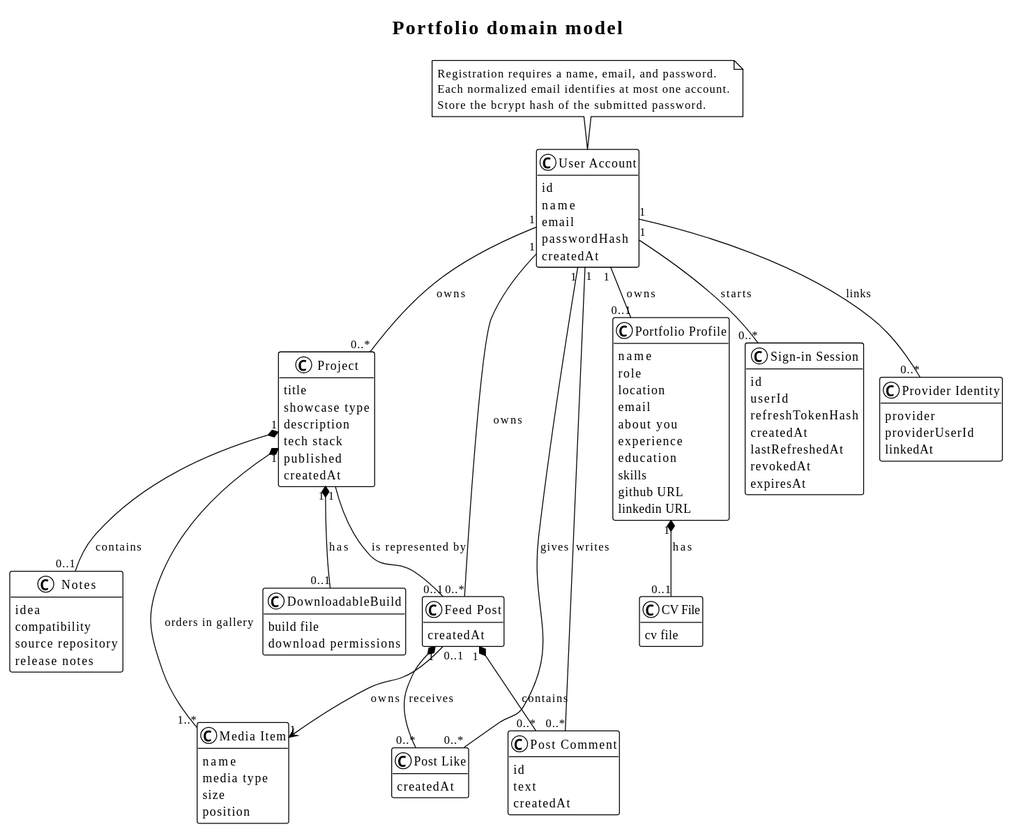
MiguelRibeiro1210/Portfolio_Website keeps this PlantUML diagram as docs/global_artifacts/domain_model.svg. Above is the earlier version.
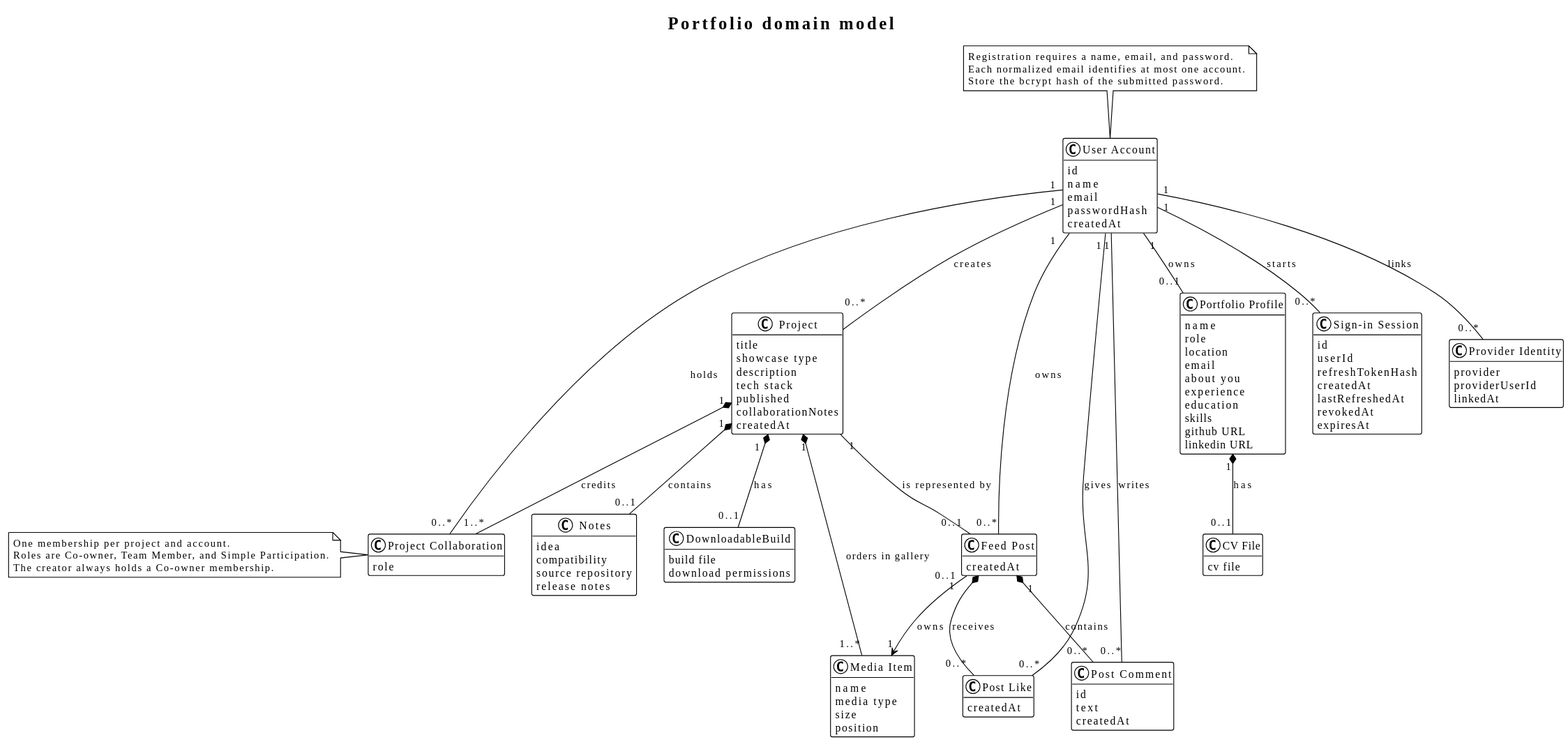
Above is the later version.

Change to the diagram source:
```diff
@@ -12,12 +12,17 @@
   createdAt
 }
 
+class "Project Collaboration" as ProjectCollaboration {
+    role
+}
+
 class Project {
     title
     showcase type
     description
     tech stack
     published
+    collaborationNotes
     createdAt
 }
 
@@ -88,7 +93,7 @@
 
 UserAccount "1" -- "0..*" ProviderIdentity : links
 
-UserAccount "1" -- "0..*" Project : owns
+UserAccount "1" -- "0..*" Project : creates
 UserAccount "1" -- "0..1" Profile : owns
 Project "1" *-- "0..1" Build : has
 UserAccount "1" -- "0..*" SignInSession : starts
@@ -102,6 +107,14 @@
 FeedPost "1" *-- "0..*" PostComment : contains
 UserAccount "1" -- "0..*" PostComment : writes
 Profile "1" *-- "0..1" CV : has
+UserAccount "1" -- "0..*" ProjectCollaboration : holds
+Project "1" *-- "1..*" ProjectCollaboration : credits
+
+note left of ProjectCollaboration
+  One membership per project and account.
+  Roles are Co-owner, Team Member, and Simple Participation.
+  The creator always holds a Co-owner membership.
+end note
 
 note top of UserAccount
   Registration requires a name, email, and password.
```
